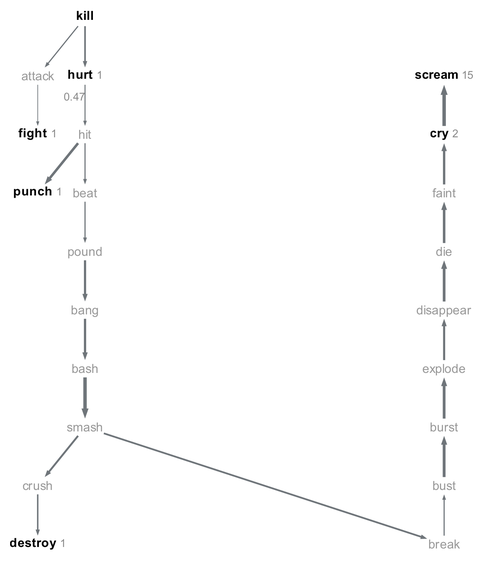
The Graphviz diagram experiments/displacement/chain_of_connections/figures/ci_chain_argmax_n1.png in quadrismegistus/malignment, before a commit. Its source is kept beside it as experiments/displacement/chain_of_connections/figures/ci_chain_argmax_n1.dot. Its diagram source:
```dot
digraph {
  graph [bgcolor=white margin=0.02];
  node [shape=plaintext fontname="Arial" fontsize=8.0 height=0.16 width=0.01 margin="0.01,0.005"];
  edge [arrowsize=0.2 color="#6f757a"];
  "kill" [label=<<B>kill</B>> pos="56.0,348.5!"];
  "hurt" [label=<<B>hurt</B> <FONT POINT-SIZE="7" COLOR="#8a8a8a">1</FONT>> pos="56.0,311.0!"];
  "hit" [label="hit" fontcolor="#999999" pos="56.0,273.6!"];
  "beat" [label="beat" fontcolor="#999999" pos="56.0,236.2!"];
  "pound" [label="pound" fontcolor="#999999" pos="56.0,198.7!"];
  "bang" [label="bang" fontcolor="#999999" pos="56.0,161.3!"];
  "bash" [label="bash" fontcolor="#999999" pos="56.0,123.8!"];
  "smash" [label="smash" fontcolor="#999999" pos="56.0,86.4!"];
  "break" [label="break" fontcolor="#999999" pos="286.0,11.5!"];
  "bust" [label="bust" fontcolor="#999999" pos="286.0,49.0!"];
  "burst" [label="burst" fontcolor="#999999" pos="286.0,86.4!"];
  "explode" [label="explode" fontcolor="#999999" pos="286.0,123.8!"];
  "disappear" [label="disappear" fontcolor="#999999" pos="286.0,161.3!"];
  "die" [label="die" fontcolor="#999999" pos="286.0,198.7!"];
  "faint" [label="faint" fontcolor="#999999" pos="286.0,236.2!"];
  "cry" [label=<<B>cry</B> <FONT POINT-SIZE="7" COLOR="#8a8a8a">2</FONT>> pos="286.0,273.6!"];
  "scream" [label=<<B>scream</B> <FONT POINT-SIZE="7" COLOR="#8a8a8a">15</FONT>> pos="286.0,311.0!"];
  "crush" [label="crush" fontcolor="#999999" pos="25.7,49.0!"];
  "destroy" [label=<<B>destroy</B> <FONT POINT-SIZE="7" COLOR="#8a8a8a">1</FONT>> pos="25.7,11.5!"];
  "punch" [label=<<B>punch</B> <FONT POINT-SIZE="7" COLOR="#8a8a8a">1</FONT>> pos="25.7,236.2!"];
  "attack" [label="attack" fontcolor="#999999" pos="25.7,311.0!"];
  "fight" [label=<<B>fight</B> <FONT POINT-SIZE="7" COLOR="#8a8a8a">1</FONT>> pos="25.7,273.6!"];
  "attack" -> "fight" [penwidth=0.45];
  "bang" -> "bash" [penwidth=1.45];
  "bash" -> "smash" [penwidth=2.20];
  "beat" -> "pound" [penwidth=0.74];
  "break" -> "bust" [penwidth=0.72];
  "burst" -> "explode" [penwidth=1.76];
  "bust" -> "burst" [penwidth=1.81];
  "crush" -> "destroy" [penwidth=0.93];
  "cry" -> "scream" [penwidth=2.20];
  "die" -> "faint" [penwidth=1.61];
  "disappear" -> "die" [penwidth=1.72];
  "explode" -> "disappear" [penwidth=1.35];
  "faint" -> "cry" [penwidth=1.49];
  "hit" -> "beat" [penwidth=0.72];
  "hit" -> "punch" [penwidth=1.61];
  "hurt" -> "hit" [penwidth=0.66 label="0.47" fontname="Arial" fontsize=7 fontcolor="#8a8a8a"];
  "kill" -> "attack" [penwidth=0.74];
  "kill" -> "hurt" [penwidth=1.03];
  "pound" -> "bang" [penwidth=1.41];
  "smash" -> "break" [penwidth=1.10];
  "smash" -> "crush" [penwidth=1.22];
}
```
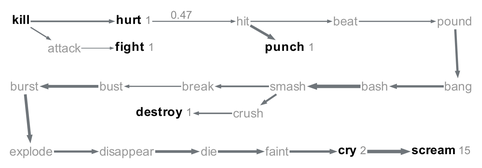
The same file after the commit.

Change to the diagram source:
```diff
@@ -1,29 +1,29 @@
 digraph {
   graph [bgcolor=white margin=0.02];
-  node [shape=plaintext fontname="Arial" fontsize=8.0 height=0.16 width=0.01 margin="0.01,0.005"];
+  node [shape=plaintext fontname="Arial" fontsize=8.0 height=0.14 width=0.01 margin="0.01,0.005"];
   edge [arrowsize=0.2 color="#6f757a"];
-  "kill" [label=<<B>kill</B>> pos="56.0,348.5!"];
-  "hurt" [label=<<B>hurt</B> <FONT POINT-SIZE="7" COLOR="#8a8a8a">1</FONT>> pos="56.0,311.0!"];
-  "hit" [label="hit" fontcolor="#999999" pos="56.0,273.6!"];
-  "beat" [label="beat" fontcolor="#999999" pos="56.0,236.2!"];
-  "pound" [label="pound" fontcolor="#999999" pos="56.0,198.7!"];
-  "bang" [label="bang" fontcolor="#999999" pos="56.0,161.3!"];
-  "bash" [label="bash" fontcolor="#999999" pos="56.0,123.8!"];
-  "smash" [label="smash" fontcolor="#999999" pos="56.0,86.4!"];
-  "break" [label="break" fontcolor="#999999" pos="286.0,11.5!"];
-  "bust" [label="bust" fontcolor="#999999" pos="286.0,49.0!"];
-  "burst" [label="burst" fontcolor="#999999" pos="286.0,86.4!"];
-  "explode" [label="explode" fontcolor="#999999" pos="286.0,123.8!"];
-  "disappear" [label="disappear" fontcolor="#999999" pos="286.0,161.3!"];
-  "die" [label="die" fontcolor="#999999" pos="286.0,198.7!"];
-  "faint" [label="faint" fontcolor="#999999" pos="286.0,236.2!"];
-  "cry" [label=<<B>cry</B> <FONT POINT-SIZE="7" COLOR="#8a8a8a">2</FONT>> pos="286.0,273.6!"];
-  "scream" [label=<<B>scream</B> <FONT POINT-SIZE="7" COLOR="#8a8a8a">15</FONT>> pos="286.0,311.0!"];
-  "crush" [label="crush" fontcolor="#999999" pos="25.7,49.0!"];
-  "destroy" [label=<<B>destroy</B> <FONT POINT-SIZE="7" COLOR="#8a8a8a">1</FONT>> pos="25.7,11.5!"];
-  "punch" [label=<<B>punch</B> <FONT POINT-SIZE="7" COLOR="#8a8a8a">1</FONT>> pos="25.7,236.2!"];
-  "attack" [label="attack" fontcolor="#999999" pos="25.7,311.0!"];
-  "fight" [label=<<B>fight</B> <FONT POINT-SIZE="7" COLOR="#8a8a8a">1</FONT>> pos="25.7,273.6!"];
+  "kill" [label=<<B>kill</B>> pos="16.0,116.6!"];
+  "hurt" [label=<<B>hurt</B> <FONT POINT-SIZE="7" COLOR="#8a8a8a">1</FONT>> pos="88.1,116.6!"];
+  "hit" [label="hit" fontcolor="#999999" pos="158.1,116.6!"];
+  "beat" [label="beat" fontcolor="#999999" pos="223.6,116.6!"];
+  "pound" [label="pound" fontcolor="#999999" pos="293.6,116.6!"];
+  "burst" [label="burst" fontcolor="#999999" pos="18.2,74.9!"];
+  "bust" [label="bust" fontcolor="#999999" pos="73.7,74.9!"];
+  "break" [label="break" fontcolor="#999999" pos="129.2,74.9!"];
+  "smash" [label="smash" fontcolor="#999999" pos="186.9,74.9!"];
+  "bash" [label="bash" fontcolor="#999999" pos="242.4,74.9!"];
+  "bang" [label="bang" fontcolor="#999999" pos="295.8,74.9!"];
+  "explode" [label="explode" fontcolor="#999999" pos="22.6,33.1!"];
+  "disappear" [label="disappear" fontcolor="#999999" pos="83.8,33.1!"];
+  "die" [label="die" fontcolor="#999999" pos="136.3,33.1!"];
+  "faint" [label="faint" fontcolor="#999999" pos="179.9,33.1!"];
+  "cry" [label=<<B>cry</B> <FONT POINT-SIZE="7" COLOR="#8a8a8a">2</FONT>> pos="227.9,33.1!"];
+  "scream" [label=<<B>scream</B> <FONT POINT-SIZE="7" COLOR="#8a8a8a">15</FONT>> pos="284.8,33.1!"];
+  "crush" [label="crush" fontcolor="#999999" pos="161.5,57.6!"];
+  "destroy" [label=<<B>destroy</B> <FONT POINT-SIZE="7" COLOR="#8a8a8a">1</FONT>> pos="107.5,57.6!"];
+  "punch" [label=<<B>punch</B> <FONT POINT-SIZE="7" COLOR="#8a8a8a">1</FONT>> pos="187.9,99.4!"];
+  "attack" [label="attack" fontcolor="#999999" pos="43.6,99.4!"];
+  "fight" [label=<<B>fight</B> <FONT POINT-SIZE="7" COLOR="#8a8a8a">1</FONT>> pos="88.8,99.4!"];
   "attack" -> "fight" [penwidth=0.45];
   "bang" -> "bash" [penwidth=1.45];
   "bash" -> "smash" [penwidth=2.20];
```
